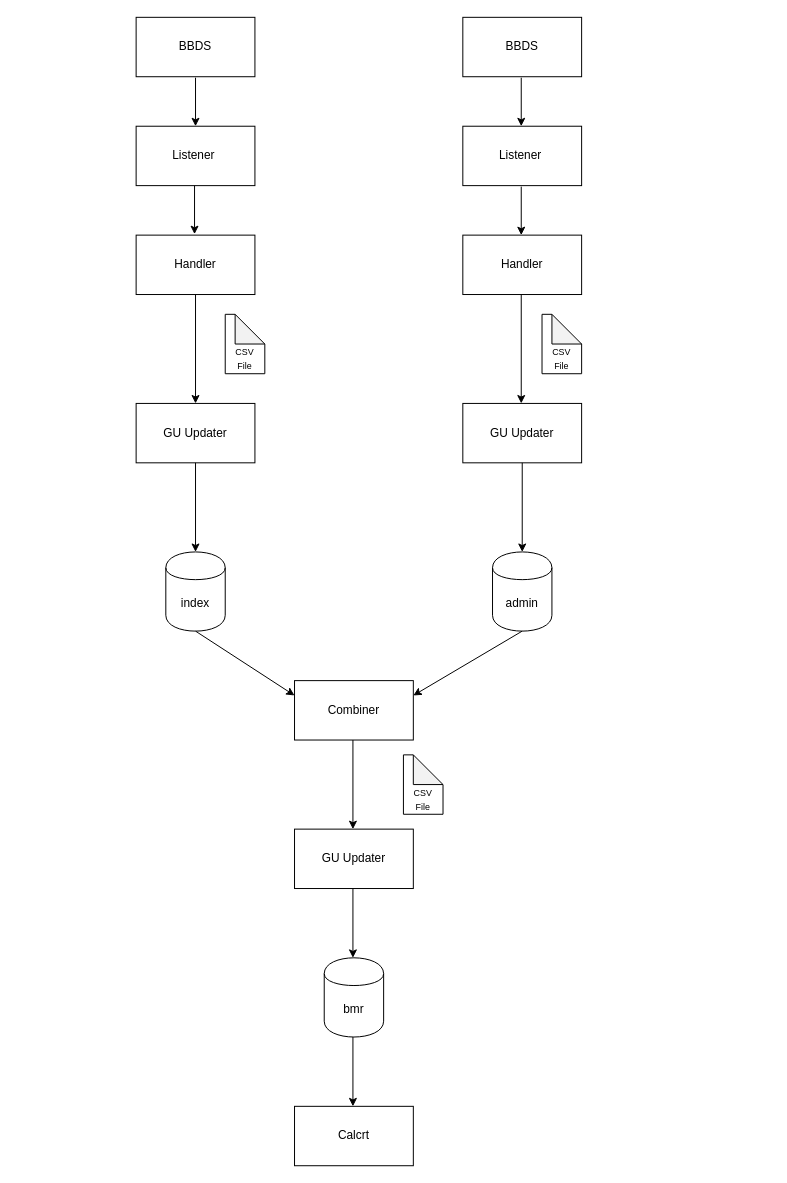
Earlier version of the draw.io diagram homework/1/src/Untitled Diagram.drawio (LiangRao/15214-Project). Source tidied: cells renumbered, new cells numbered last; positions are measured from the earlier drawing's top-left corner, leaving out a move shared by most shapes. Both pictures are drawn from the tidied source at 99%, with x=0, y=0 at pixel (136, 17).
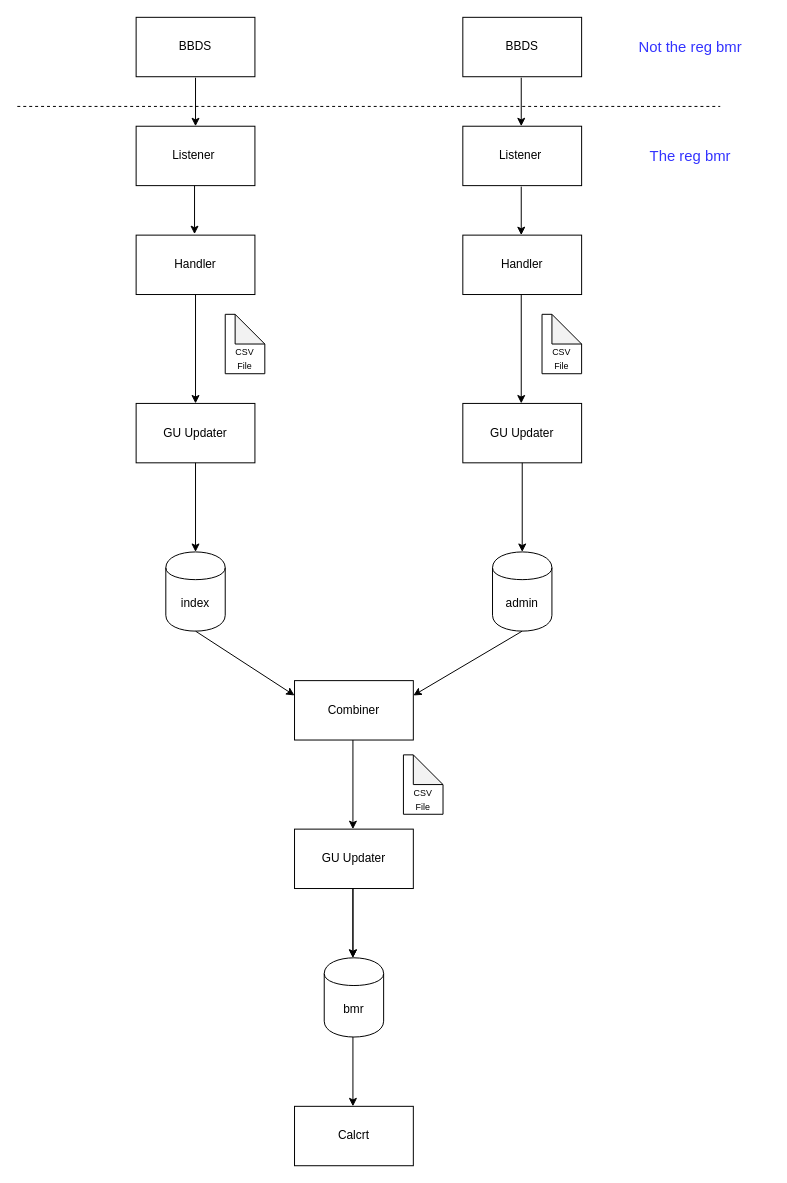
The same diagram, later.

Diff of the diagram source:
```diff
@@
+    <mxCell id="32" style="endArrow=none;dashed=1;html=1;" parent="1" edge="1">
+      <mxGeometry relative="1" as="geometry">
+        <mxPoint x="-120" y="90" as="sourcePoint" />
+        <mxPoint x="590" y="90" as="targetPoint" />
+      </mxGeometry>
+    </mxCell>
+    <mxCell id="33" value="&lt;font style=&quot;font-size: 15px&quot; color=&quot;#3333ff&quot;&gt;Not the reg bmr&lt;/font&gt;" style="text;html=1;strokeColor=none;fillColor=none;align=center;verticalAlign=middle;whiteSpace=wrap;rounded=0;" parent="1" vertex="1">
+      <mxGeometry x="480" y="15" width="160" height="30" as="geometry" />
+    </mxCell>
+    <mxCell id="34" style="endArrow=classic;html=1;" parent="1" edge="1">
+      <mxGeometry relative="1" as="geometry">
+        <mxPoint x="219" y="880" as="sourcePoint" />
+        <mxPoint x="219" y="950" as="targetPoint" />
+      </mxGeometry>
+    </mxCell>
+    <mxCell id="35" value="&lt;font style=&quot;font-size: 15px&quot; color=&quot;#3333ff&quot;&gt;The reg bmr&lt;/font&gt;" style="text;html=1;strokeColor=none;fillColor=none;align=center;verticalAlign=middle;whiteSpace=wrap;rounded=0;strokeWidth=4;" parent="1" vertex="1">
+      <mxGeometry x="480" y="125" width="160" height="30" as="geometry" />
+    </mxCell>
```
